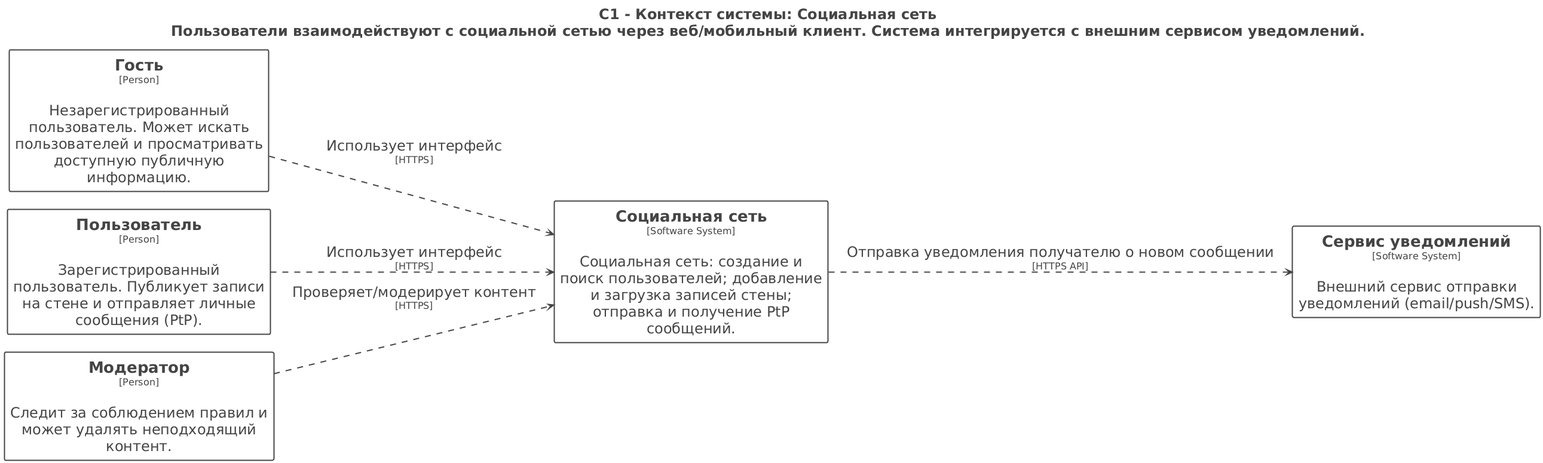
Above: lab1/puml/structurizr-C1-SystemContext.png in lesopylka/architecture_python (PlantUML), before the change.
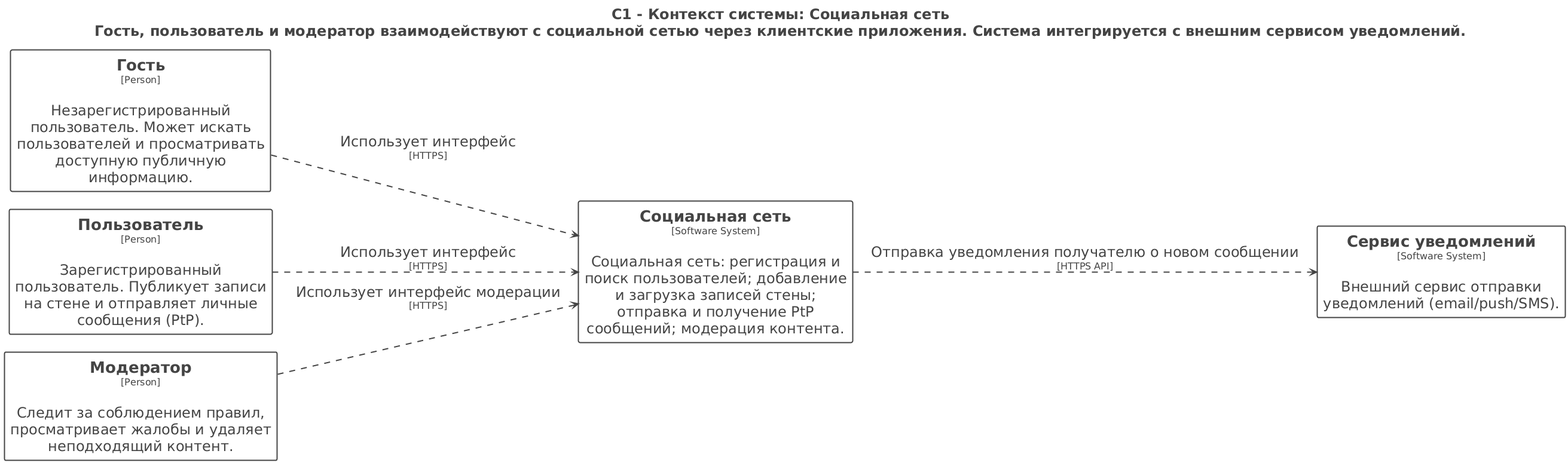
Above is the later version.

Change to the diagram source:
```diff
@@ -1,5 +1,5 @@
 @startuml
-title <size:24>C1 - Контекст системы: Социальная сеть</size>\n<size:24>Пользователи взаимодействуют с социальной сетью через веб/мобильный клиент. Система интегрируется с внешним сервисом уведомлений.</size>
+title <size:24>C1 - Контекст системы: Социальная сеть</size>\n<size:24>Гость, пользователь и модератор взаимодействуют с социальной сетью через клиентские приложения. Система интегрируется с внешним сервисом уведомлений.</size>
 
 set separator none
 left to right direction
@@ -36,13 +36,13 @@
 
 rectangle "==Гость\n<size:16>[Person]</size>\n\nНезарегистрированный пользователь. Может искать пользователей и просматривать доступную публичную информацию." <<Element-RWxlbWVudA==>> as Гость
 rectangle "==Пользователь\n<size:16>[Person]</size>\n\nЗарегистрированный пользователь. Публикует записи на стене и отправляет личные сообщения (PtP)." <<Element-RWxlbWVudA==>> as Пользователь
-rectangle "==Модератор\n<size:16>[Person]</size>\n\nСледит за соблюдением правил и может удалять неподходящий контент." <<Element-RWxlbWVudA==>> as Модератор
+rectangle "==Модератор\n<size:16>[Person]</size>\n\nСледит за соблюдением правил, просматривает жалобы и удаляет неподходящий контент." <<Element-RWxlbWVudA==>> as Модератор
 rectangle "==Сервис уведомлений\n<size:16>[Software System]</size>\n\nВнешний сервис отправки уведомлений (email/push/SMS)." <<Element-RWxlbWVudA==>> as Сервисуведомлений
-rectangle "==Социальная сеть\n<size:16>[Software System]</size>\n\nСоциальная сеть: создание и поиск пользователей; добавление и загрузка записей стены; отправка и получение PtP сообщений." <<Element-RWxlbWVudA==>> as Социальнаясеть
+rectangle "==Социальная сеть\n<size:16>[Software System]</size>\n\nСоциальная сеть: регистрация и поиск пользователей; добавление и загрузка записей стены; отправка и получение PtP сообщений; модерация контента." <<Element-RWxlbWVudA==>> as Социальнаясеть
 
 Гость --> Социальнаясеть <<Relationship-UmVsYXRpb25zaGlw>> : "Использует интерфейс\n<size:16>[HTTPS]</size>"
 Пользователь --> Социальнаясеть <<Relationship-UmVsYXRpb25zaGlw>> : "Использует интерфейс\n<size:16>[HTTPS]</size>"
-Модератор --> Социальнаясеть <<Relationship-UmVsYXRpb25zaGlw>> : "Проверяет/модерирует контент\n<size:16>[HTTPS]</size>"
+Модератор --> Социальнаясеть <<Relationship-UmVsYXRpb25zaGlw>> : "Использует интерфейс модерации\n<size:16>[HTTPS]</size>"
 Социальнаясеть --> Сервисуведомлений <<Relationship-UmVsYXRpb25zaGlw>> : "Отправка уведомления получателю о новом сообщении\n<size:16>[HTTPS API]</size>"
 
 @enduml
```
